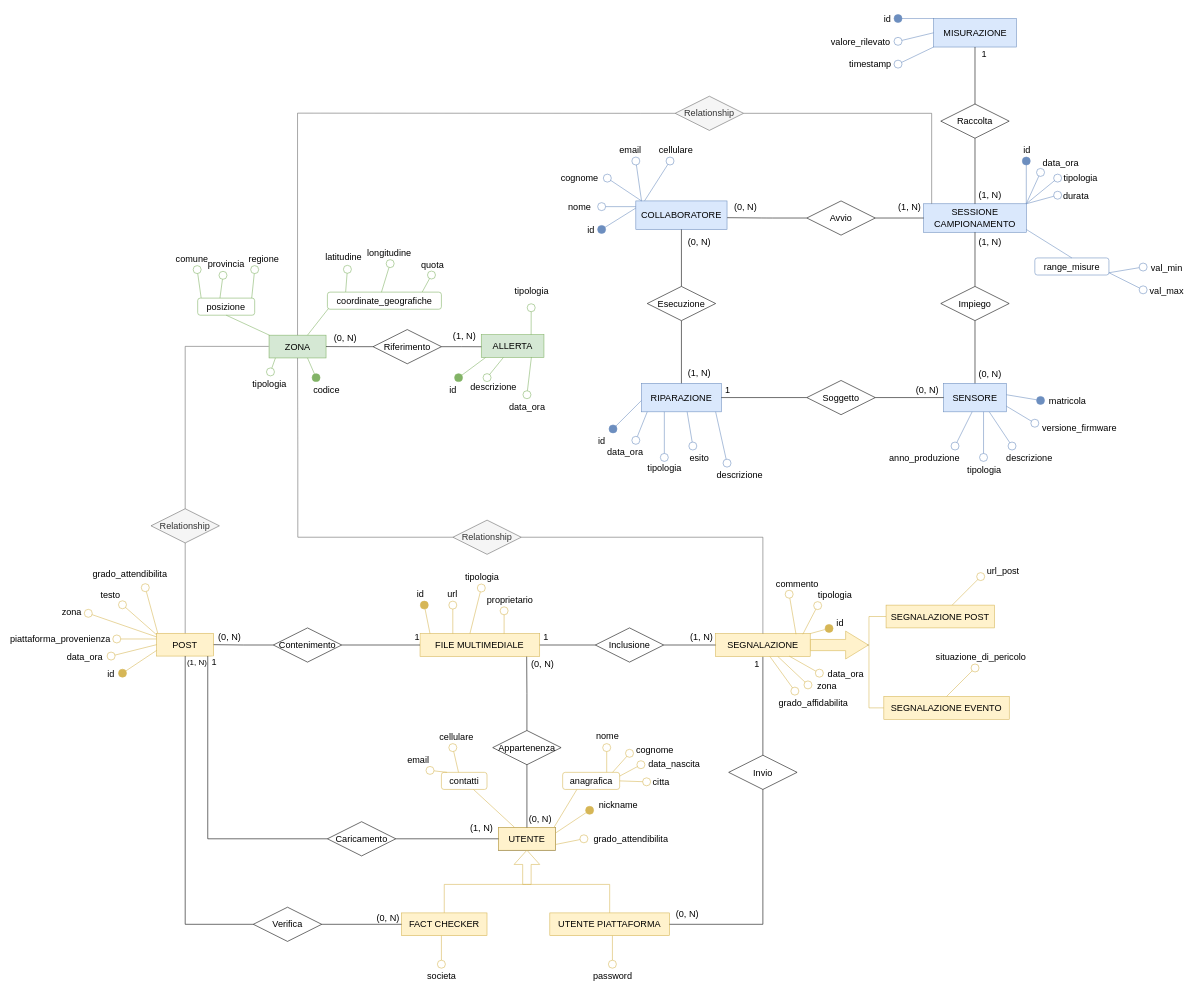
Before: page "Diagramma completo" (7 of 7) of diagramma-er.drawio in faffolao/ProgettoBD2022, a draw.io diagram. Source tidied: cells renumbered, new cells numbered last; positions are measured from the earlier drawing's top-left corner, leaving out a move shared by most shapes. Both pictures are drawn from the tidied source at 57%, with x=0, y=0 at pixel (88, 18).
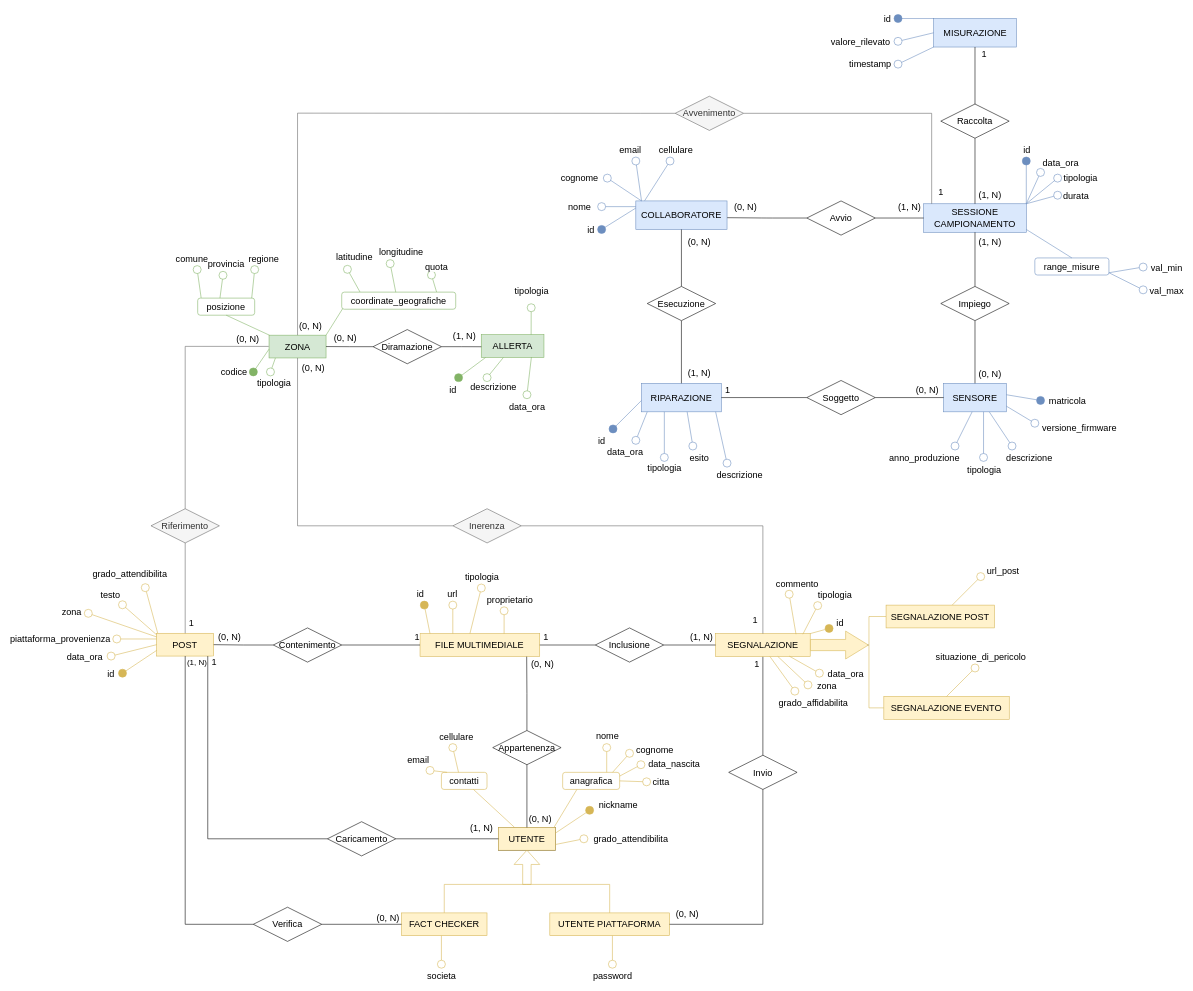
Above is the later version.

Unchanged cells that the change refers to:
```xml
<mxCell id="91" value="ZONA" style="whiteSpace=wrap;html=1;align=center;fontSize=16;fillColor=#d5e8d4;strokeColor=#82b366;" parent="1" vertex="1">
  <mxGeometry x="317.5" y="555.5" width="100" height="40" as="geometry" />
</mxCell>
<mxCell id="94" style="endArrow=oval;html=1;strokeColor=#82b366;strokeWidth=1;fontSize=12;startSize=14;endSize=14;endFill=0;fillColor=#d5e8d4;exitX=1;exitY=0.25;exitDx=0;exitDy=0;" parent="1" edge="1">
  <mxGeometry relative="1" as="geometry">
    <mxPoint x="328.7" y="595.5" as="sourcePoint" />
    <mxPoint x="320" y="620" as="targetPoint" />
  </mxGeometry>
</mxCell>
<mxCell id="170" value="SEGNALAZIONE" style="whiteSpace=wrap;html=1;align=center;fontSize=16;fillColor=#fff2cc;strokeColor=#d6b656;" parent="1" vertex="1">
  <mxGeometry x="1100.9" y="1079.1" width="166" height="40" as="geometry" />
</mxCell>
<mxCell id="216" style="edgeStyle=orthogonalEdgeStyle;rounded=0;jettySize=auto;html=1;fontSize=16;endArrow=none;endFill=0;fillColor=#f5f5f5;strokeColor=#666666;" parent="1" edge="1" source="218" target="91">
  <mxGeometry relative="1" as="geometry">
    <Array as="points">
      <mxPoint x="970" y="166" />
      <mxPoint x="970" y="166" />
    </Array>
  </mxGeometry>
</mxCell>
<mxCell id="217" style="edgeStyle=orthogonalEdgeStyle;rounded=0;jettySize=auto;html=1;fontSize=16;endArrow=none;endFill=0;fillColor=#f5f5f5;strokeColor=#666666;" parent="1" edge="1" source="218" target="43">
  <mxGeometry relative="1" as="geometry">
    <Array as="points">
      <mxPoint x="1480" y="166" />
    </Array>
  </mxGeometry>
</mxCell>
<mxCell id="219" style="edgeStyle=orthogonalEdgeStyle;rounded=0;jettySize=auto;html=1;entryX=0.5;entryY=0;entryDx=0;entryDy=0;fontSize=16;endArrow=none;endFill=0;fillColor=#f5f5f5;strokeColor=#666666;" parent="1" edge="1" source="221" target="141">
  <mxGeometry relative="1" as="geometry" />
</mxCell>
<mxCell id="220" style="edgeStyle=orthogonalEdgeStyle;rounded=0;jettySize=auto;html=1;fontSize=16;endArrow=none;endFill=0;fillColor=#f5f5f5;strokeColor=#666666;entryX=-0.005;entryY=0.493;entryDx=0;entryDy=0;entryPerimeter=0;" parent="1" edge="1" source="221" target="91">
  <mxGeometry relative="1" as="geometry">
    <Array as="points">
      <mxPoint x="170" y="575" />
    </Array>
  </mxGeometry>
</mxCell>
```

Change to the diagram source:
```diff
@@
     <mxCell id="92" style="endArrow=oval;html=1;strokeColor=#82b366;strokeWidth=1;fontSize=12;startSize=14;endSize=14;endFill=1;fillColor=#d5e8d4;exitX=1;exitY=0.5;exitDx=0;exitDy=0;" parent="1" edge="1">
       <mxGeometry relative="1" as="geometry">
-        <mxPoint x="385" y="595.5" as="sourcePoint" />
-        <mxPoint x="400" y="630" as="targetPoint" />
+        <mxPoint x="317.5" y="580" as="sourcePoint" />
+        <mxPoint x="290" y="620" as="targetPoint" />
       </mxGeometry>
     </mxCell>
     <mxCell id="93" value="codice" style="edgeLabel;html=1;align=center;verticalAlign=middle;fontSize=16;" parent="92" vertex="1">
       <mxGeometry x="0.4" y="2" relative="1" as="geometry">
-        <mxPoint x="20" y="32" as="offset" />
+        <mxPoint x="-44" y="10" as="offset" />
       </mxGeometry>
     </mxCell>
@@
     <mxCell id="95" value="tipologia" style="edgeLabel;html=1;align=center;verticalAlign=middle;fontSize=16;" parent="94" vertex="1">
       <mxGeometry x="0.44" y="-2" relative="1" as="geometry">
-        <mxPoint x="-3" y="28" as="offset" />
+        <mxPoint x="5" y="27" as="offset" />
       </mxGeometry>
     </mxCell>
     <mxCell id="96" value="coordinate_geografiche" style="rounded=1;whiteSpace=wrap;html=1;fontSize=16;fillColor=none;strokeColor=#82b366;" parent="1" vertex="1">
-      <mxGeometry x="419.9" y="480" width="200" height="30" as="geometry" />
+      <mxGeometry x="445" y="480" width="200" height="30" as="geometry" />
     </mxCell>
-    <mxCell id="97" style="endArrow=none;html=1;strokeColor=#82b366;strokeWidth=1;fontSize=12;startSize=14;endSize=14;exitX=0.008;exitY=0.968;exitDx=0;exitDy=0;fillColor=#d5e8d4;entryX=1;entryY=0;entryDx=0;entryDy=0;exitPerimeter=0;" parent="1" edge="1" source="96">
-      <mxGeometry relative="1" as="geometry">
-        <mxPoint x="385" y="555.5" as="targetPoint" />
-      </mxGeometry>
+    <mxCell id="97" style="endArrow=none;html=1;strokeColor=#82b366;strokeWidth=1;fontSize=12;startSize=14;endSize=14;exitX=0.008;exitY=0.968;exitDx=0;exitDy=0;fillColor=#d5e8d4;entryX=1;entryY=0;entryDx=0;entryDy=0;exitPerimeter=0;" parent="1" edge="1" source="96" target="91">
+      <mxGeometry relative="1" as="geometry" />
     </mxCell>
@@
+    <mxCell id="230" value="(0, N)" style="edgeLabel;html=1;align=center;verticalAlign=middle;fontSize=16;" parent="216" vertex="1">
+      <mxGeometry x="0.97" y="2" relative="1" as="geometry">
+        <mxPoint x="20" as="offset" />
+      </mxGeometry>
+    </mxCell>
@@
+    <mxCell id="231" value="1" style="edgeLabel;html=1;align=center;verticalAlign=middle;fontSize=16;" parent="217" vertex="1">
+      <mxGeometry x="0.91" y="3" relative="1" as="geometry">
+        <mxPoint x="12" as="offset" />
+      </mxGeometry>
+    </mxCell>
-    <mxCell id="218" value="Relationship" style="shape=rhombus;perimeter=rhombusPerimeter;whiteSpace=wrap;html=1;align=center;fontSize=16;fillColor=#f5f5f5;fontColor=#333333;strokeColor=#666666;" parent="1" vertex="1">
+    <mxCell id="218" value="Avvenimento" style="shape=rhombus;perimeter=rhombusPerimeter;whiteSpace=wrap;html=1;align=center;fontSize=16;fillColor=#f5f5f5;fontColor=#333333;strokeColor=#666666;" parent="1" vertex="1">
       <mxGeometry x="1030" y="136.3" width="120" height="60" as="geometry" />
     </mxCell>
@@
+    <mxCell id="232" value="1" style="edgeLabel;html=1;align=center;verticalAlign=middle;fontSize=16;" parent="219" vertex="1">
+      <mxGeometry x="0.77" y="-1" relative="1" as="geometry">
+        <mxPoint x="11" as="offset" />
+      </mxGeometry>
+    </mxCell>
@@
+    <mxCell id="233" value="(0, N)" style="edgeLabel;html=1;align=center;verticalAlign=middle;fontSize=16;" parent="220" vertex="1">
+      <mxGeometry x="0.92" y="-2" relative="1" as="geometry">
+        <mxPoint x="-20" y="-16" as="offset" />
+      </mxGeometry>
+    </mxCell>
-    <mxCell id="221" value="Relationship" style="shape=rhombus;perimeter=rhombusPerimeter;whiteSpace=wrap;html=1;align=center;fontSize=16;fillColor=#f5f5f5;fontColor=#333333;strokeColor=#666666;" parent="1" vertex="1">
+    <mxCell id="221" value="Riferimento" style="shape=rhombus;perimeter=rhombusPerimeter;whiteSpace=wrap;html=1;align=center;fontSize=16;fillColor=#f5f5f5;fontColor=#333333;strokeColor=#666666;" parent="1" vertex="1">
       <mxGeometry x="110.4" y="860" width="120" height="60" as="geometry" />
     </mxCell>
     <mxCell id="222" style="edgeStyle=orthogonalEdgeStyle;rounded=0;jettySize=auto;html=1;entryX=0.5;entryY=0;entryDx=0;entryDy=0;fontSize=16;endArrow=none;endFill=0;fillColor=#f5f5f5;strokeColor=#666666;" parent="1" edge="1" source="224" target="170">
       <mxGeometry relative="1" as="geometry">
         <Array as="points">
-          <mxPoint x="700" y="910" />
-          <mxPoint x="1184" y="910" />
+          <mxPoint x="1184" y="890" />
         </Array>
       </mxGeometry>
     </mxCell>
+    <mxCell id="234" value="1" style="edgeLabel;html=1;align=center;verticalAlign=middle;fontSize=16;" parent="222" vertex="1">
+      <mxGeometry x="0.92" relative="1" as="geometry">
+        <mxPoint x="-14" as="offset" />
+      </mxGeometry>
+    </mxCell>
     <mxCell id="223" style="edgeStyle=orthogonalEdgeStyle;rounded=0;jettySize=auto;html=1;entryX=0.5;entryY=1;entryDx=0;entryDy=0;fontSize=16;endArrow=none;endFill=0;fillColor=#f5f5f5;strokeColor=#666666;" parent="1" edge="1" source="224" target="91">
       <mxGeometry relative="1" as="geometry">
         <Array as="points">
-          <mxPoint x="368" y="910" />
-          <mxPoint x="368" y="757" />
+          <mxPoint x="368" y="890" />
         </Array>
       </mxGeometry>
     </mxCell>
+    <mxCell id="235" value="(0, N)" style="edgeLabel;html=1;align=center;verticalAlign=middle;fontSize=16;" parent="223" vertex="1">
+      <mxGeometry x="0.95" y="1" relative="1" as="geometry">
+        <mxPoint x="28" y="3" as="offset" />
+      </mxGeometry>
+    </mxCell>
-    <mxCell id="224" value="Relationship" style="shape=rhombus;perimeter=rhombusPerimeter;whiteSpace=wrap;html=1;align=center;fontSize=16;fillColor=#f5f5f5;fontColor=#333333;strokeColor=#666666;" parent="1" vertex="1">
-      <mxGeometry x="640" y="880" width="120" height="60" as="geometry" />
+    <mxCell id="224" value="Inerenza" style="shape=rhombus;perimeter=rhombusPerimeter;whiteSpace=wrap;html=1;align=center;fontSize=16;fillColor=#f5f5f5;fontColor=#333333;strokeColor=#666666;" parent="1" vertex="1">
+      <mxGeometry x="640" y="860" width="120" height="60" as="geometry" />
     </mxCell>
@@
-    <mxCell id="229" value="Riferimento" style="shape=rhombus;perimeter=rhombusPerimeter;whiteSpace=wrap;html=1;align=center;fontSize=16;" parent="1" vertex="1">
+    <mxCell id="229" value="Diramazione" style="shape=rhombus;perimeter=rhombusPerimeter;whiteSpace=wrap;html=1;align=center;fontSize=16;" parent="1" vertex="1">
       <mxGeometry x="500" y="545.7" width="120" height="60" as="geometry" />
     </mxCell>
```
